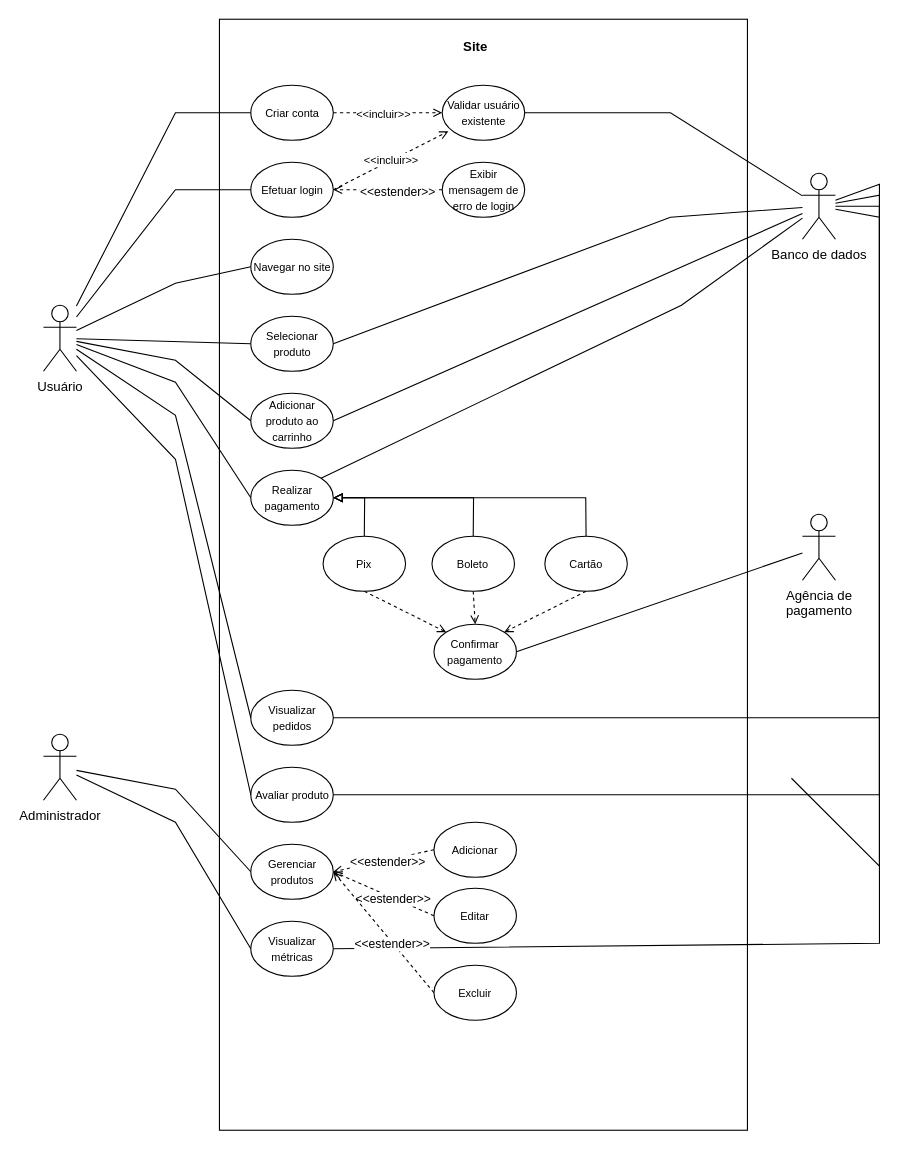
This is Diagrama de casos de uso.drawio from Fconeto/Projeto-APS, a draw.io file, before an edit. Source tidied: cells renumbered, new cells numbered last; positions are measured from the earlier drawing's top-left corner, leaving out a move shared by most shapes. Both pictures are drawn from the tidied source at 110%, with x=0, y=0 at pixel (43, 19).
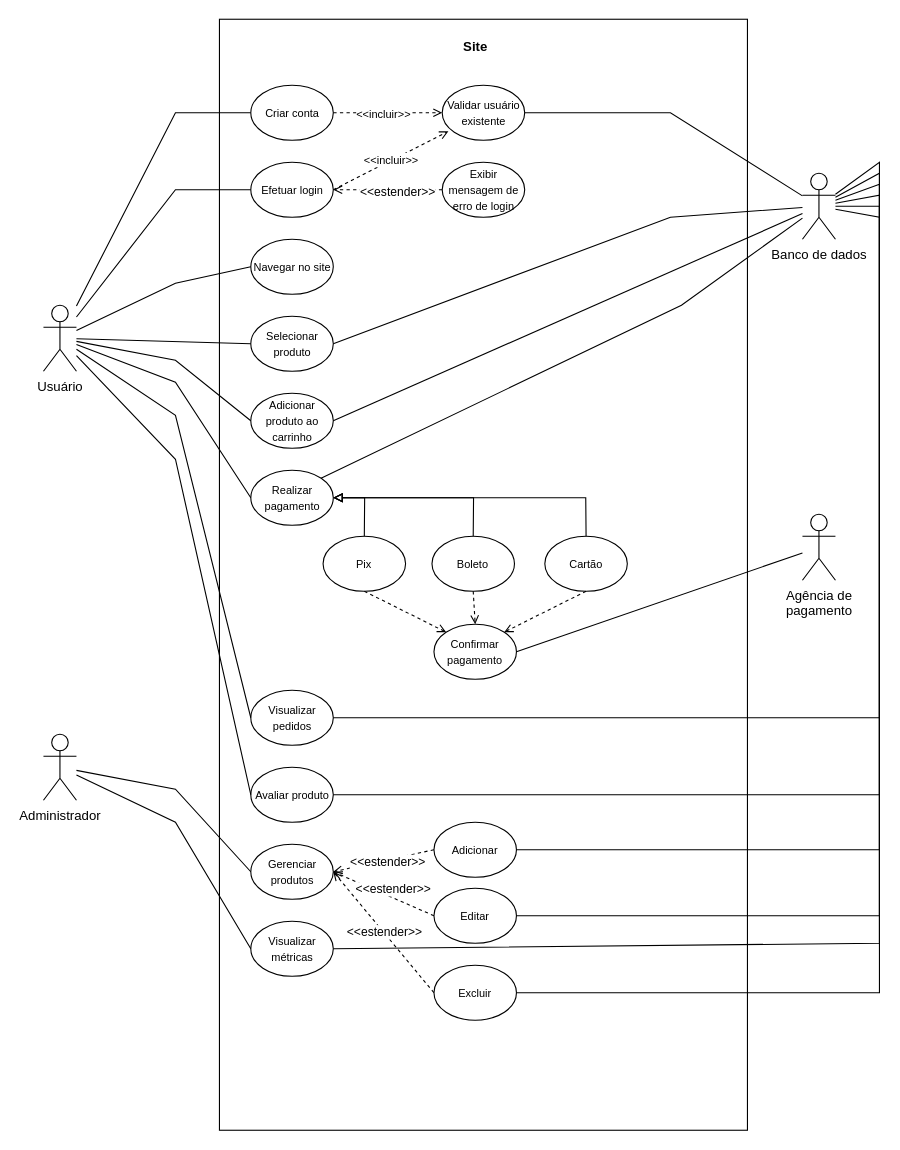
The same page after the edit.

Commit message:
Adição de novos casos

The change refers to these unchanged cells:
```xml
<mxCell id="9" value="Banco de dados" style="shape=umlActor;verticalLabelPosition=bottom;verticalAlign=top;html=1;outlineConnect=0;" parent="1" vertex="1">
  <mxGeometry x="690" y="140" width="30" height="60" as="geometry" />
</mxCell>
<mxCell id="55" value="&lt;span style=&quot;font-size: 10px;&quot;&gt;Adicionar&lt;/span&gt;" style="ellipse;whiteSpace=wrap;html=1;" parent="1" vertex="1">
  <mxGeometry x="355" y="730" width="75" height="50" as="geometry" />
</mxCell>
<mxCell id="56" value="&lt;span style=&quot;font-size: 10px;&quot;&gt;Editar&lt;/span&gt;" style="ellipse;whiteSpace=wrap;html=1;" parent="1" vertex="1">
  <mxGeometry x="355" y="790" width="75" height="50" as="geometry" />
</mxCell>
<mxCell id="57" value="&lt;span style=&quot;font-size: 10px;&quot;&gt;Excluir&lt;/span&gt;" style="ellipse;whiteSpace=wrap;html=1;" parent="1" vertex="1">
  <mxGeometry x="355" y="860" width="75" height="50" as="geometry" />
</mxCell>
<mxCell id="60" style="endArrow=open;dashed=1;html=1;rounded=0;endFill=0;exitX=0;exitY=0.5;exitDx=0;exitDy=0;entryX=1;entryY=0.5;entryDx=0;entryDy=0;" parent="1" edge="1" source="56" target="49">
  <mxGeometry relative="1" as="geometry" />
</mxCell>
<mxCell id="62" style="endArrow=open;dashed=1;html=1;rounded=0;endFill=0;exitX=0;exitY=0.5;exitDx=0;exitDy=0;entryX=1;entryY=0.5;entryDx=0;entryDy=0;" parent="1" edge="1" source="57" target="49">
  <mxGeometry relative="1" as="geometry" />
</mxCell>
```

What changed in the source:
```diff
@@
-    <mxCell id="53" style="endArrow=none;html=1;rounded=0;" parent="1" edge="1" target="9">
+    <mxCell id="53" style="endArrow=none;html=1;rounded=0;exitX=1;exitY=0.5;exitDx=0;exitDy=0;" parent="1" edge="1" source="57" target="9">
       <mxGeometry relative="1" as="geometry">
-        <mxPoint x="680" y="690" as="sourcePoint" />
         <Array as="points">
-          <mxPoint x="760" y="770" />
+          <mxPoint x="760" y="885" />
           <mxPoint x="760" y="160" />
         </Array>
       </mxGeometry>
     </mxCell>
@@
     <mxCell id="61" value="&amp;lt;&amp;lt;estender&amp;gt;&amp;gt;" style="edgeLabel;html=1;align=center;verticalAlign=middle;" parent="60" vertex="1">
-      <mxGeometry x="-0.17" y="1" relative="1" as="geometry" />
+      <mxGeometry x="-0.17" y="1" relative="1" as="geometry">
+        <mxPoint y="-9" as="offset" />
+      </mxGeometry>
     </mxCell>
@@
     <mxCell id="63" value="&amp;lt;&amp;lt;estender&amp;gt;&amp;gt;" style="edgeLabel;html=1;align=center;verticalAlign=middle;" parent="62" vertex="1">
-      <mxGeometry x="-0.18" y="1" relative="1" as="geometry" />
+      <mxGeometry x="-0.18" y="1" relative="1" as="geometry">
+        <mxPoint x="-7" y="-11" as="offset" />
+      </mxGeometry>
     </mxCell>
+    <mxCell id="64" style="endArrow=none;html=1;rounded=0;exitX=1;exitY=0.5;exitDx=0;exitDy=0;" parent="1" edge="1" source="56" target="9">
+      <mxGeometry relative="1" as="geometry">
+        <Array as="points">
+          <mxPoint x="760" y="815" />
+          <mxPoint x="760" y="130" />
+        </Array>
+      </mxGeometry>
+    </mxCell>
+    <mxCell id="65" style="endArrow=none;html=1;rounded=0;exitX=1;exitY=0.5;exitDx=0;exitDy=0;" parent="1" edge="1" source="55" target="9">
+      <mxGeometry relative="1" as="geometry">
+        <Array as="points">
+          <mxPoint x="760" y="755" />
+          <mxPoint x="760" y="140" />
+        </Array>
+      </mxGeometry>
+    </mxCell>
```
